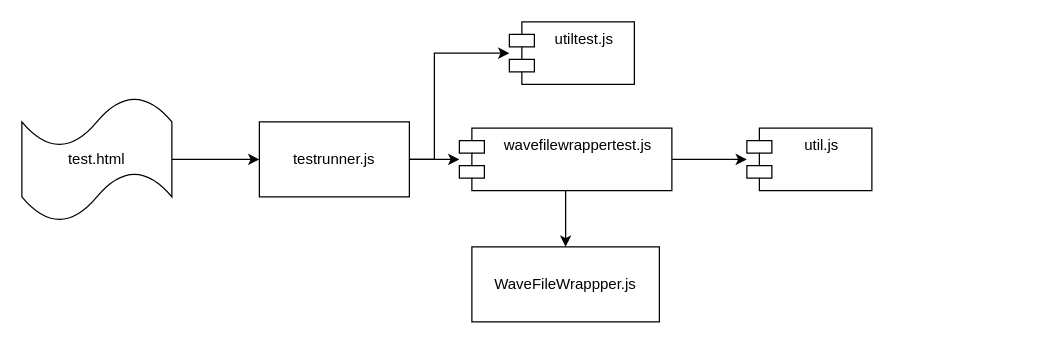
decibel-threshold-event-displayer/decibel-threshold-event-displayer keeps this draw.io diagram as doc/assets/overview_test_framework.drawio. Above is the earlier version. Source tidied: cells renumbered, new cells numbered last; positions are measured from the earlier drawing's top-left corner, leaving out a move shared by most shapes. Both pictures are drawn from the tidied source at 125%, with x=0, y=0 at pixel (21, 21).
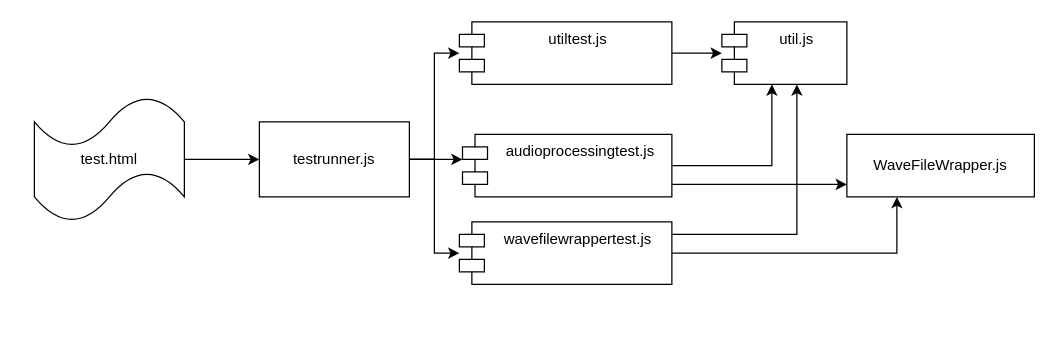
Above is the later version.

The change refers to these unchanged cells:
```xml
<mxCell id="7" value="testrunner.js" style="rounded=0;whiteSpace=wrap;html=1;" parent="1" vertex="1">
  <mxGeometry x="190" y="80" width="120" height="60" as="geometry" />
</mxCell>
```

What changed in the source:
```diff
@@
     <mxCell id="3" value="test.html" style="shape=tape;whiteSpace=wrap;html=1;" parent="1" vertex="1">
-      <mxGeometry y="60" width="120" height="100" as="geometry" />
+      <mxGeometry x="10" y="60" width="120" height="100" as="geometry" />
     </mxCell>
     <mxCell id="4" value="util.js" style="shape=module;align=left;spacingLeft=20;align=center;verticalAlign=top;whiteSpace=wrap;html=1;" parent="1" vertex="1">
-      <mxGeometry x="580" y="85" width="100" height="50" as="geometry" />
+      <mxGeometry x="560" width="100" height="50" as="geometry" />
     </mxCell>
     <mxCell id="5" style="edgeStyle=orthogonalEdgeStyle;rounded=0;jettySize=auto;html=1;" parent="1" edge="1" source="7" target="12">
-      <mxGeometry relative="1" as="geometry" />
+      <mxGeometry relative="1" as="geometry">
+        <Array as="points">
+          <mxPoint x="330" y="110" />
+          <mxPoint x="330" y="185" />
+        </Array>
+      </mxGeometry>
     </mxCell>
@@
-    <mxCell id="8" value="WaveFileWrappper.js" style="rounded=0;whiteSpace=wrap;html=1;" parent="1" vertex="1">
-      <mxGeometry x="360" y="180" width="150" height="60" as="geometry" />
+    <mxCell id="8" value="WaveFileWrapper.js" style="rounded=0;whiteSpace=wrap;html=1;" parent="1" vertex="1">
+      <mxGeometry x="660" y="90" width="150" height="50" as="geometry" />
     </mxCell>
+    <mxCell id="13" style="edgeStyle=orthogonalEdgeStyle;rounded=0;jettySize=auto;html=1;" parent="1" edge="1" source="9" target="4">
+      <mxGeometry relative="1" as="geometry" />
+    </mxCell>
     <mxCell id="9" value="utiltest.js" style="shape=module;align=left;spacingLeft=20;align=center;verticalAlign=top;whiteSpace=wrap;html=1;" parent="1" vertex="1">
-      <mxGeometry x="390" width="100" height="50" as="geometry" />
+      <mxGeometry x="350" width="170" height="50" as="geometry" />
     </mxCell>
     <mxCell id="10" style="edgeStyle=orthogonalEdgeStyle;rounded=0;jettySize=auto;html=1;" parent="1" edge="1" source="12" target="8">
-      <mxGeometry relative="1" as="geometry" />
+      <mxGeometry relative="1" as="geometry">
+        <Array as="points">
+          <mxPoint x="700" y="185" />
+        </Array>
+      </mxGeometry>
     </mxCell>
     <mxCell id="11" style="edgeStyle=orthogonalEdgeStyle;rounded=0;jettySize=auto;html=1;" parent="1" edge="1" source="12" target="4">
-      <mxGeometry relative="1" as="geometry" />
+      <mxGeometry relative="1" as="geometry">
+        <Array as="points">
+          <mxPoint x="620" y="170" />
+        </Array>
+      </mxGeometry>
     </mxCell>
     <mxCell id="12" value="wavefilewrappertest.js" style="shape=module;align=left;spacingLeft=20;align=center;verticalAlign=top;whiteSpace=wrap;html=1;" parent="1" vertex="1">
-      <mxGeometry x="350" y="85" width="170" height="50" as="geometry" />
+      <mxGeometry x="350" y="160" width="170" height="50" as="geometry" />
     </mxCell>
+    <mxCell id="14" style="edgeStyle=orthogonalEdgeStyle;rounded=0;jettySize=auto;html=1;" parent="1" edge="1" source="16" target="4">
+      <mxGeometry relative="1" as="geometry">
+        <Array as="points">
+          <mxPoint x="600" y="115" />
+        </Array>
+      </mxGeometry>
+    </mxCell>
+    <mxCell id="15" style="edgeStyle=orthogonalEdgeStyle;rounded=0;jettySize=auto;html=1;" parent="1" edge="1" source="16" target="8">
+      <mxGeometry relative="1" as="geometry">
+        <Array as="points">
+          <mxPoint x="590" y="130" />
+          <mxPoint x="590" y="130" />
+        </Array>
+      </mxGeometry>
+    </mxCell>
+    <mxCell id="16" value="audioprocessingtest.js" style="shape=module;align=left;spacingLeft=20;align=center;verticalAlign=top;whiteSpace=wrap;html=1;" parent="1" vertex="1">
+      <mxGeometry x="352.5" y="90" width="167.5" height="50" as="geometry" />
+    </mxCell>
+    <mxCell id="17" style="edgeStyle=orthogonalEdgeStyle;rounded=0;jettySize=auto;html=1;" parent="1" edge="1" source="7" target="16">
+      <mxGeometry relative="1" as="geometry">
+        <Array as="points">
+          <mxPoint x="390" y="110" />
+          <mxPoint x="390" y="110" />
+        </Array>
+      </mxGeometry>
+    </mxCell>
```
